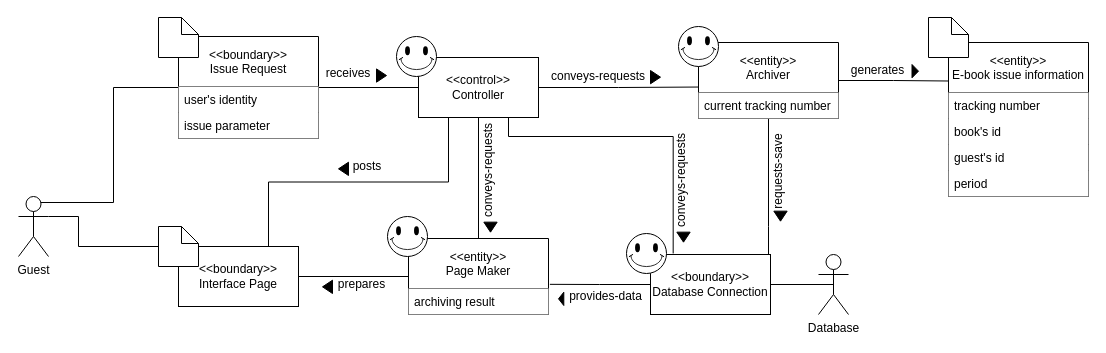
Earlier version of the draw.io diagram docs/DomainModels/diagrams/DM-UC-09.drawio (youngkwon02/Enhanced-library-management). Source tidied: cells renumbered, new cells numbered last; positions are measured from the earlier drawing's top-left corner, leaving out a move shared by most shapes. Both pictures are drawn from the tidied source at 100%, with x=0, y=0 at pixel (18, 17).
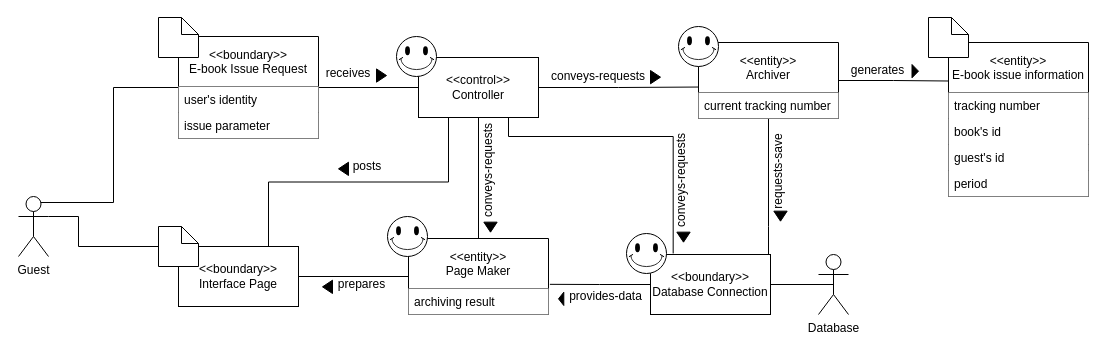
After the change.

What changed in the source:
```diff
@@
-    <mxCell id="17" value="&lt;&lt;boundary&gt;&gt;&#10;Issue Request" style="swimlane;fontStyle=0;horizontal=1;startSize=50;" parent="1" vertex="1">
+    <mxCell id="17" value="&lt;&lt;boundary&gt;&gt;&#10;E-book Issue Request" style="swimlane;fontStyle=0;horizontal=1;startSize=50;" parent="1" vertex="1">
       <mxGeometry x="160" y="19" width="140" height="102" as="geometry" />
     </mxCell>
```
